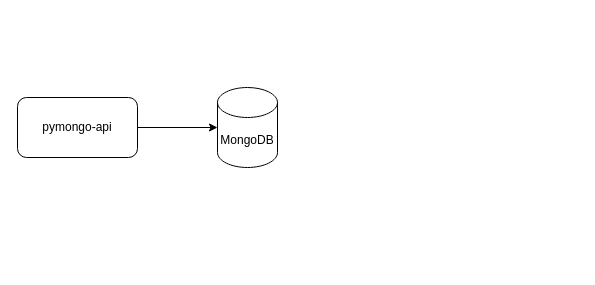
This is drawio/task1.drawio from rybamaxik/architecture-sprint-2, a draw.io file, before an edit. Source tidied: cells renumbered, new cells numbered last; positions are measured from the earlier drawing's top-left corner, leaving out a move shared by most shapes. Both pictures are drawn from the tidied source at 100%, with x=0, y=0 at pixel (17, 87).
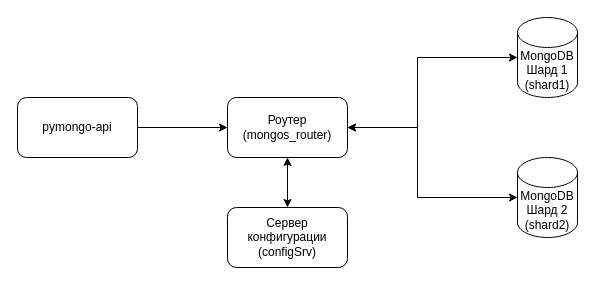
After the change.

Commit message (it also covers changes not shown here):
Добавлена схема 2 и обновлена схема 1

Change to the diagram source:
```diff
@@
 <mxGraphModel>
   <root>
     <mxCell id="0" />
     <mxCell id="1" parent="0" />
-    <mxCell id="2" value="MongoDB" style="shape=cylinder3;whiteSpace=wrap;html=1;boundedLbl=1;backgroundOutline=1;size=15;" parent="1" vertex="1">
-      <mxGeometry x="200" width="60" height="80" as="geometry" />
+    <mxCell id="2" value="MongoDB&lt;div&gt;Шард 1&lt;/div&gt;&lt;div&gt;(shard1)&lt;/div&gt;" style="shape=cylinder3;whiteSpace=wrap;html=1;boundedLbl=1;backgroundOutline=1;size=15;" parent="1" vertex="1">
+      <mxGeometry x="500" y="-70" width="60" height="80" as="geometry" />
     </mxCell>
     <mxCell id="3" value="pymongo-api" style="rounded=1;whiteSpace=wrap;html=1;" parent="1" vertex="1">
       <mxGeometry y="10" width="120" height="60" as="geometry" />
     </mxCell>
-    <mxCell id="4" style="edgeStyle=orthogonalEdgeStyle;rounded=0;jettySize=auto;html=1;exitX=1;exitY=0.5;exitDx=0;exitDy=0;entryX=0;entryY=0.5;entryDx=0;entryDy=0;entryPerimeter=0;" parent="1" edge="1" source="3" target="2">
-      <mxGeometry relative="1" as="geometry" />
-    </mxCell>
+    <mxCell id="5" value="Сервер конфигурации (configSrv)" style="rounded=1;whiteSpace=wrap;html=1;" parent="1" vertex="1">
+      <mxGeometry x="210" y="120" width="120" height="60" as="geometry" />
+    </mxCell>
+    <mxCell id="6" value="Роутер&lt;div&gt;(mongos_router)&lt;/div&gt;" style="rounded=1;whiteSpace=wrap;html=1;" parent="1" vertex="1">
+      <mxGeometry x="210" y="10" width="120" height="60" as="geometry" />
+    </mxCell>
+    <mxCell id="7" value="MongoDB&lt;div&gt;Шард 2&lt;/div&gt;&lt;div&gt;(shard2)&lt;/div&gt;" style="shape=cylinder3;whiteSpace=wrap;html=1;boundedLbl=1;backgroundOutline=1;size=15;" parent="1" vertex="1">
+      <mxGeometry x="500" y="70" width="60" height="80" as="geometry" />
+    </mxCell>
+    <mxCell id="8" style="endArrow=classic;html=1;rounded=0;exitX=1;exitY=0.5;exitDx=0;exitDy=0;entryX=0;entryY=0.5;entryDx=0;entryDy=0;" parent="1" edge="1" source="3" target="6">
+      <mxGeometry relative="1" as="geometry" />
+    </mxCell>
+    <mxCell id="9" style="endArrow=classic;startArrow=classic;html=1;rounded=0;entryX=0.5;entryY=1;entryDx=0;entryDy=0;exitX=0.5;exitY=0;exitDx=0;exitDy=0;" parent="1" edge="1" source="5" target="6">
+      <mxGeometry relative="1" as="geometry" />
+    </mxCell>
+    <mxCell id="10" style="endArrow=classic;startArrow=classic;html=1;rounded=0;exitX=1;exitY=0.5;exitDx=0;exitDy=0;entryX=0;entryY=0.5;entryDx=0;entryDy=0;entryPerimeter=0;" parent="1" edge="1" source="6" target="2">
+      <mxGeometry relative="1" as="geometry">
+        <Array as="points">
+          <mxPoint x="400" y="40" />
+          <mxPoint x="400" y="-30" />
+        </Array>
+      </mxGeometry>
+    </mxCell>
+    <mxCell id="11" style="endArrow=classic;startArrow=classic;html=1;rounded=0;exitX=1;exitY=0.5;exitDx=0;exitDy=0;entryX=0;entryY=0.5;entryDx=0;entryDy=0;entryPerimeter=0;" parent="1" edge="1" source="6" target="7">
+      <mxGeometry relative="1" as="geometry">
+        <Array as="points">
+          <mxPoint x="400" y="40" />
+          <mxPoint x="400" y="110" />
+        </Array>
+      </mxGeometry>
+    </mxCell>
   </root>
 </mxGraphModel>
```
